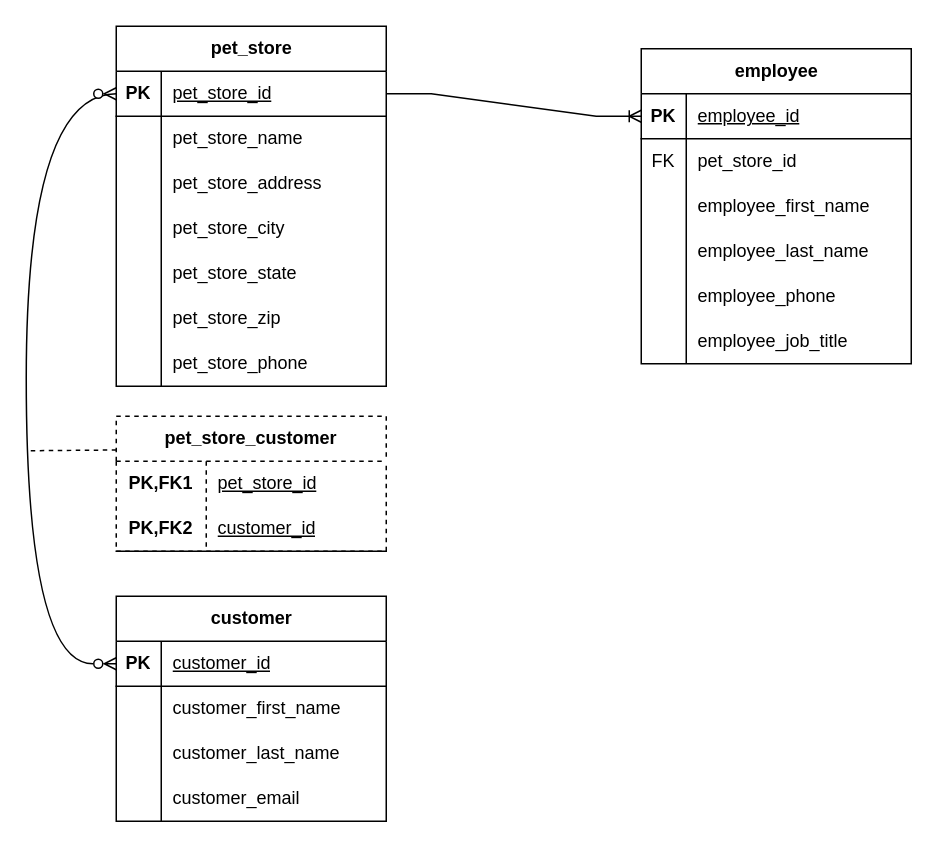
This is Pet Store ERD.drawio from arob107/PetStoreRESTAPI, a draw.io file, before an edit. Source tidied: cells renumbered, new cells numbered last; positions are measured from the earlier drawing's top-left corner, leaving out a move shared by most shapes. Both pictures are drawn from the tidied source at 150%, with x=0, y=0 at pixel (26, 26).
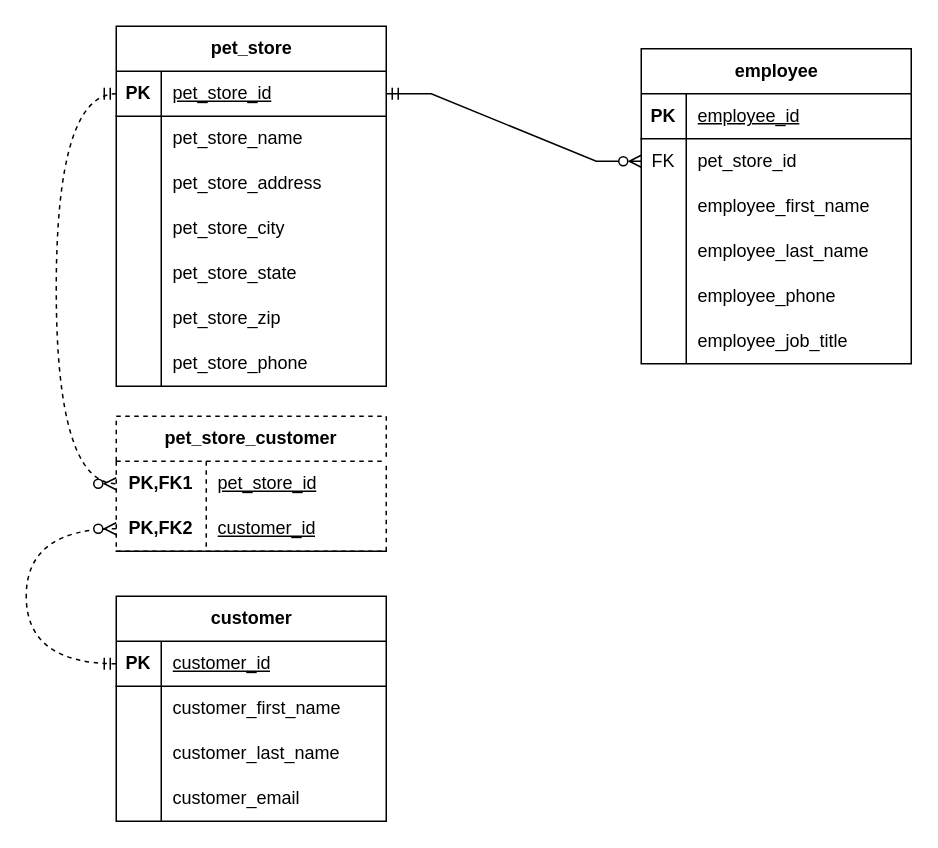
The same page after the edit.

Unchanged cells that the change refers to:
```xml
<mxCell id="3" style="shape=tableRow;horizontal=0;startSize=0;swimlaneHead=0;swimlaneBody=0;fillColor=none;points=[[0,0.5],[1,0.5]];portConstraint=eastwest;top=0;left=0;right=0;bottom=1;" parent="2" vertex="1">
  <mxGeometry y="30" width="180" height="30" as="geometry" />
</mxCell>
<mxCell id="25" style="shape=tableRow;horizontal=0;startSize=0;swimlaneHead=0;swimlaneBody=0;fillColor=none;points=[[0,0.5],[1,0.5]];portConstraint=eastwest;top=0;left=0;right=0;bottom=1;" parent="24" vertex="1">
  <mxGeometry y="30" width="180" height="30" as="geometry" />
</mxCell>
<mxCell id="28" style="shape=tableRow;horizontal=0;startSize=0;swimlaneHead=0;swimlaneBody=0;fillColor=none;points=[[0,0.5],[1,0.5]];portConstraint=eastwest;top=0;left=0;right=0;bottom=0;" parent="24" vertex="1">
  <mxGeometry y="60" width="180" height="30" as="geometry" />
</mxCell>
<mxCell id="44" style="shape=tableRow;horizontal=0;startSize=0;swimlaneHead=0;swimlaneBody=0;fillColor=none;points=[[0,0.5],[1,0.5]];portConstraint=eastwest;top=0;left=0;right=0;bottom=1;" parent="43" vertex="1">
  <mxGeometry y="30" width="180" height="30" as="geometry" />
</mxCell>
<mxCell id="57" value="pet_store_customer" style="shape=table;startSize=30;childLayout=tableLayout;rowLines=0;fontStyle=1;align=center;html=1;whiteSpace=wrap;dashed=1;" parent="1" vertex="1">
  <mxGeometry x="60" y="260" width="180" height="90" as="geometry" />
</mxCell>
<mxCell id="58" style="shape=tableRow;horizontal=0;startSize=0;swimlaneHead=0;swimlaneBody=0;fillColor=none;points=[[0,0.5],[1,0.5]];portConstraint=eastwest;top=0;left=0;right=0;bottom=0;html=1;" parent="57" vertex="1">
  <mxGeometry y="30" width="180" height="30" as="geometry" />
</mxCell>
<mxCell id="61" style="shape=tableRow;horizontal=0;startSize=0;swimlaneHead=0;swimlaneBody=0;fillColor=none;points=[[0,0.5],[1,0.5]];portConstraint=eastwest;top=0;left=0;right=0;bottom=1;html=1;" parent="57" vertex="1">
  <mxGeometry y="60" width="180" height="30" as="geometry" />
</mxCell>
```

Diff of the diagram source:
```diff
@@
-    <mxCell id="56" style="edgeStyle=entityRelationEdgeStyle;fontSize=12;html=1;endArrow=ERoneToMany;rounded=0;exitX=1;exitY=0.5;exitDx=0;exitDy=0;entryX=0;entryY=0.5;entryDx=0;entryDy=0;" parent="1" edge="1" source="3" target="25">
+    <mxCell id="56" style="edgeStyle=entityRelationEdgeStyle;fontSize=12;html=1;endArrow=ERzeroToMany;rounded=0;exitX=1;exitY=0.5;exitDx=0;exitDy=0;entryX=0;entryY=0.5;entryDx=0;entryDy=0;endFill=0;startArrow=ERmandOne;startFill=0;" parent="1" edge="1" source="3" target="28">
       <mxGeometry relative="1" as="geometry" />
     </mxCell>
@@
-    <mxCell id="64" style="edgeStyle=orthogonalEdgeStyle;fontSize=12;html=1;endArrow=ERzeroToMany;endFill=1;startArrow=ERzeroToMany;rounded=0;exitX=0;exitY=0.5;exitDx=0;exitDy=0;entryX=0;entryY=0.5;entryDx=0;entryDy=0;curved=1;startFill=0;" parent="1" edge="1" source="44" target="3">
-      <mxGeometry relative="1" as="geometry">
-        <Array as="points">
-          <mxPoint y="425" />
-          <mxPoint y="45" />
-        </Array>
-      </mxGeometry>
-    </mxCell>
-    <mxCell id="65" style="fontSize=12;html=1;endArrow=none;endFill=0;rounded=0;exitX=0;exitY=0.25;exitDx=0;exitDy=0;dashed=1;" parent="1" edge="1" source="57">
-      <mxGeometry relative="1" as="geometry">
-        <mxPoint y="283" as="targetPoint" />
-      </mxGeometry>
-    </mxCell>
+    <mxCell id="66" style="edgeStyle=orthogonalEdgeStyle;fontSize=12;html=1;endArrow=ERzeroToMany;startArrow=ERmandOne;rounded=0;exitX=0;exitY=0.5;exitDx=0;exitDy=0;entryX=0;entryY=0.5;entryDx=0;entryDy=0;curved=1;dashed=1;" parent="1" edge="1" source="3" target="58">
+      <mxGeometry relative="1" as="geometry">
+        <Array as="points">
+          <mxPoint x="20" y="45" />
+          <mxPoint x="20" y="305" />
+        </Array>
+      </mxGeometry>
+    </mxCell>
+    <mxCell id="67" style="edgeStyle=orthogonalEdgeStyle;fontSize=12;html=1;endArrow=ERzeroToMany;startArrow=ERmandOne;rounded=0;exitX=0;exitY=0.5;exitDx=0;exitDy=0;dashed=1;entryX=0;entryY=0.5;entryDx=0;entryDy=0;curved=1;" parent="1" edge="1" source="44" target="61">
+      <mxGeometry relative="1" as="geometry">
+        <Array as="points">
+          <mxPoint y="425" />
+          <mxPoint y="335" />
+        </Array>
+      </mxGeometry>
+    </mxCell>
```
